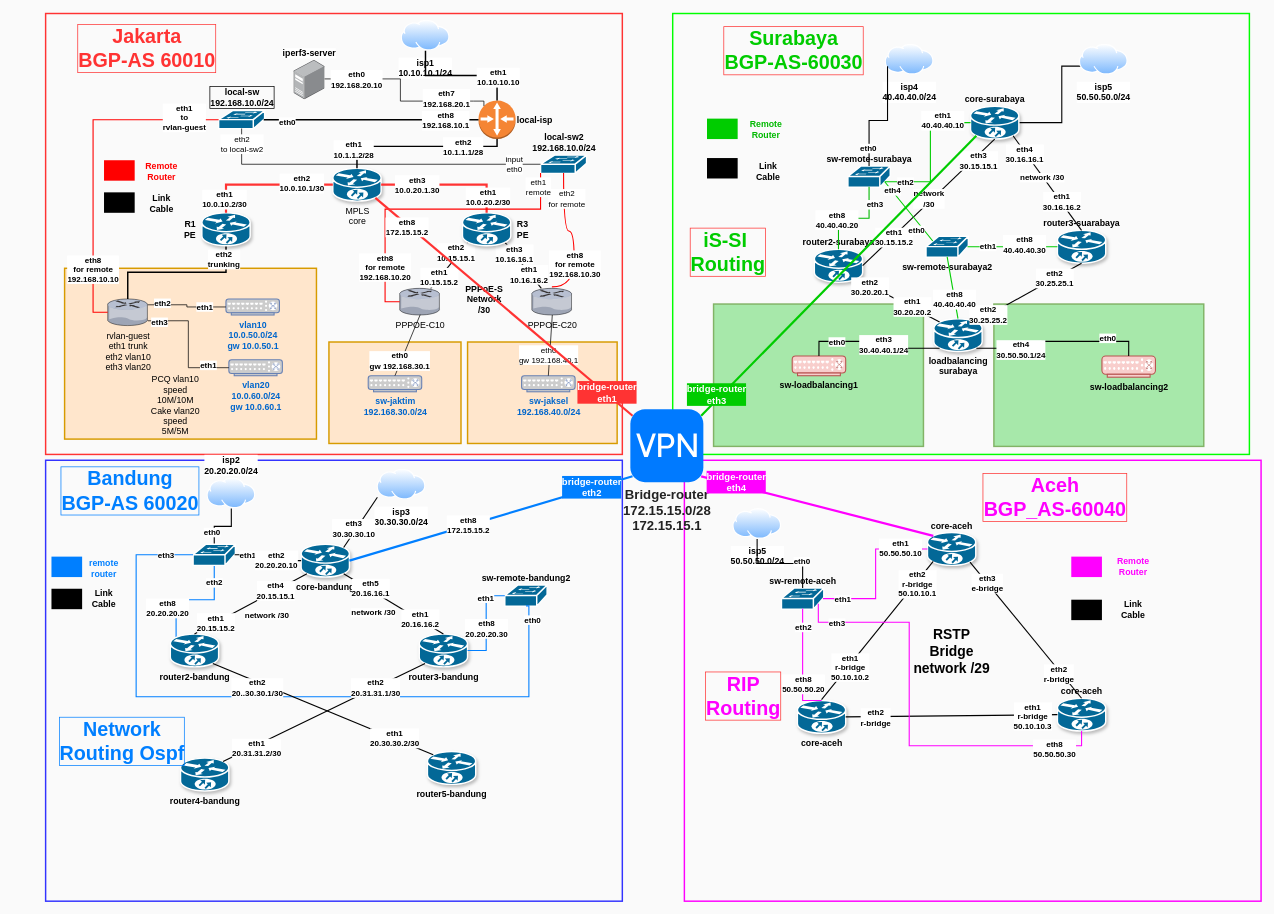
Above: drawio/save/network2.drawio in rudistira185/debianthinkpad (draw.io), before the change. Source tidied: cells renumbered, new cells numbered last; positions are measured from the earlier drawing's top-left corner, leaving out a move shared by most shapes. Both pictures are drawn from the tidied source at 73%, with x=0, y=0 at pixel (12, 13).
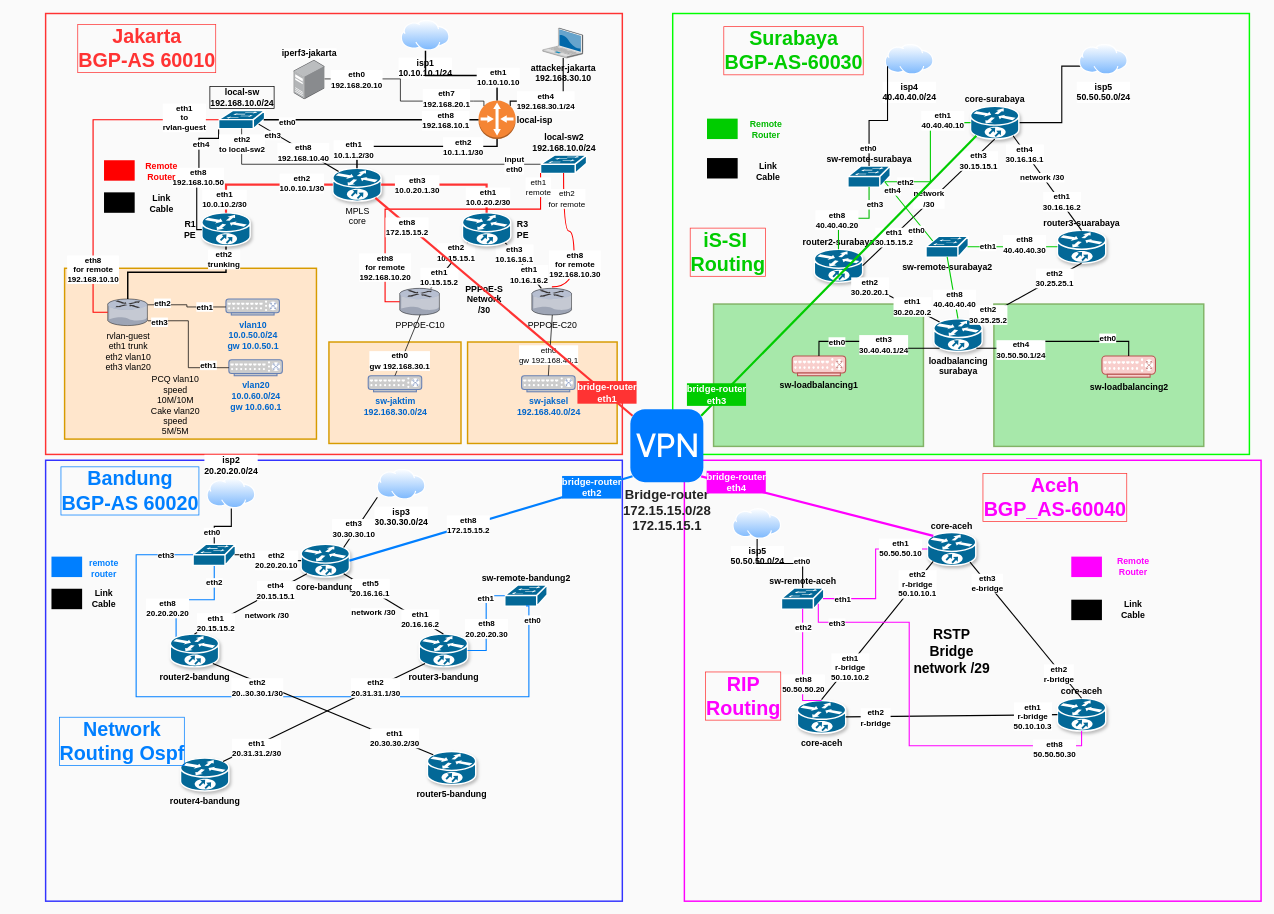
Above is the later version.

The change refers to these unchanged cells:
```xml
<mxCell id="5" value="MPLS&lt;br&gt;core" style="strokeColor=#ffffff;html=1;dashed=0;fillColor=#036897;strokeWidth=2;verticalLabelPosition=bottom;verticalAlign=top;align=center;outlineConnect=0;shape=mxgraph.cisco.routers.10700;shadow=1;" parent="1" vertex="1">
  <mxGeometry x="438.4" y="212" width="66.2" height="45" as="geometry" />
</mxCell>
<mxCell id="8" value="R1&lt;br&gt;PE" style="strokeColor=#ffffff;html=1;dashed=0;fillColor=#036897;strokeWidth=2;verticalLabelPosition=middle;verticalAlign=middle;align=right;outlineConnect=0;shape=mxgraph.cisco.routers.10700;shadow=1;labelPosition=left;spacing=9;fontStyle=1;" parent="1" vertex="1">
  <mxGeometry x="259" y="273" width="66.2" height="45" as="geometry" />
</mxCell>
<mxCell id="22" value="local-isp" style="outlineConnect=0;dashed=0;verticalLabelPosition=middle;verticalAlign=middle;align=left;html=1;shape=mxgraph.aws3.router;fillColor=#F58534;gradientColor=none;labelPosition=right;fontStyle=1;" parent="1" vertex="1">
  <mxGeometry x="638" y="119" width="50.8" height="53" as="geometry" />
</mxCell>
<mxCell id="25" style="edgeStyle=orthogonalEdgeStyle;rounded=0;jettySize=auto;html=1;exitX=0.5;exitY=1;exitDx=0;exitDy=0;exitPerimeter=0;entryX=0.5;entryY=0;entryDx=0;entryDy=0;entryPerimeter=0;endArrow=none;endFill=0;strokeWidth=2;" parent="1" edge="1" source="22" target="5">
  <mxGeometry relative="1" as="geometry">
    <Array as="points">
      <mxPoint x="663" y="182" />
      <mxPoint x="472" y="182" />
    </Array>
  </mxGeometry>
</mxCell>
<mxCell id="38" value="local-sw&lt;div&gt;192.168.10.0/24&lt;/div&gt;" style="strokeColor=#ffffff;html=1;dashed=0;fillColor=#036897;strokeWidth=2;verticalLabelPosition=top;verticalAlign=bottom;align=center;outlineConnect=0;shape=mxgraph.cisco.switches.workgroup_switch;labelPosition=center;labelBorderColor=default;fontStyle=1;" parent="1" vertex="1">
  <mxGeometry x="282" y="133" width="63" height="25" as="geometry" />
</mxCell>
<mxCell id="54" style="edgeStyle=orthogonalEdgeStyle;rounded=0;jettySize=auto;html=1;exitX=0.5;exitY=0.98;exitDx=0;exitDy=0;exitPerimeter=0;entryX=0;entryY=0.5;entryDx=0;entryDy=0;entryPerimeter=0;endArrow=none;endFill=0;" parent="1" edge="1" source="38" target="52">
  <mxGeometry relative="1" as="geometry" />
</mxCell>
```

What changed in the source:
```diff
@@
+    <mxCell id="222" style="edgeStyle=orthogonalEdgeStyle;rounded=0;jettySize=auto;html=1;exitX=0.855;exitY=0.145;exitDx=0;exitDy=0;exitPerimeter=0;strokeWidth=1.5;endArrow=none;endFill=0;" parent="1" edge="1" source="22" target="230">
+      <mxGeometry relative="1" as="geometry">
+        <Array as="points">
+          <mxPoint x="681" y="120" />
+          <mxPoint x="754" y="120" />
+        </Array>
+      </mxGeometry>
+    </mxCell>
+    <mxCell id="223" value="eth4&lt;div&gt;192.168.30.1/24&lt;/div&gt;" style="edgeLabel;html=1;align=center;verticalAlign=middle;fontStyle=1;" parent="222" vertex="1">
+      <mxGeometry x="-0.54" y="2" relative="1" as="geometry">
+        <mxPoint x="23" y="1" as="offset" />
+      </mxGeometry>
+    </mxCell>
@@
-    <mxCell id="26" value="eth1&lt;br&gt;10.1.1.2/28" style="edgeLabel;html=1;align=center;verticalAlign=middle;fontStyle=1;" parent="25" vertex="1">
+    <mxCell id="26" value="eth1&lt;br&gt;10.1.1.2/30" style="edgeLabel;html=1;align=center;verticalAlign=middle;fontStyle=1;" parent="25" vertex="1">
       <mxGeometry x="0.78" y="-5" relative="1" as="geometry" />
     </mxCell>
-    <mxCell id="27" value="eth2&lt;div&gt;10.1.1.1/28&lt;/div&gt;" style="edgeLabel;html=1;align=center;verticalAlign=middle;fontStyle=1;" parent="25" vertex="1">
+    <mxCell id="27" value="eth2&lt;div&gt;10.1.1.1/30&lt;/div&gt;" style="edgeLabel;html=1;align=center;verticalAlign=middle;fontStyle=1;" parent="25" vertex="1">
       <mxGeometry x="-0.51" relative="1" as="geometry" />
     </mxCell>
@@
+    <mxCell id="224" style="edgeStyle=orthogonalEdgeStyle;rounded=0;jettySize=auto;html=1;exitX=0;exitY=0.98;exitDx=0;exitDy=0;exitPerimeter=0;endArrow=none;endFill=0;strokeWidth=1.5;" parent="1" edge="1" source="38" target="8">
+      <mxGeometry relative="1" as="geometry">
+        <Array as="points">
+          <mxPoint x="282" y="171" />
+          <mxPoint x="255" y="171" />
+          <mxPoint x="255" y="216" />
+          <mxPoint x="252" y="216" />
+          <mxPoint x="252" y="296" />
+        </Array>
+      </mxGeometry>
+    </mxCell>
+    <mxCell id="225" value="eth4" style="edgeLabel;html=1;align=center;verticalAlign=middle;fontStyle=1;" parent="224" vertex="1">
+      <mxGeometry x="-0.45" y="2" relative="1" as="geometry">
+        <mxPoint y="1" as="offset" />
+      </mxGeometry>
+    </mxCell>
+    <mxCell id="226" value="eth8&lt;div&gt;192.168.10.50&lt;/div&gt;" style="edgeLabel;html=1;align=center;verticalAlign=middle;fontStyle=1;" parent="224" vertex="1">
+      <mxGeometry x="0.09" y="1" relative="1" as="geometry">
+        <mxPoint y="1" as="offset" />
+      </mxGeometry>
+    </mxCell>
@@
-    <mxCell id="45" value="iperf3-server" style="image;points=[];html=1;align=center;shadow=0;dashed=0;image=img/lib/allied_telesis/computer_and_terminals/Server_Desktop.svg;labelPosition=center;verticalLabelPosition=top;verticalAlign=bottom;fontStyle=1;" parent="1" vertex="1">
+    <mxCell id="45" value="iperf3-jakarta" style="image;points=[];html=1;align=center;shadow=0;dashed=0;image=img/lib/allied_telesis/computer_and_terminals/Server_Desktop.svg;labelPosition=center;verticalLabelPosition=top;verticalAlign=bottom;fontStyle=1;" parent="1" vertex="1">
       <mxGeometry x="385" y="64" width="42.6" height="54" as="geometry" />
     </mxCell>
@@
-    <mxCell id="55" value="eth2&lt;div&gt;to local-sw2&lt;/div&gt;" style="edgeLabel;html=1;align=center;verticalAlign=middle;" parent="54" vertex="1">
+    <mxCell id="55" value="eth2&lt;div&gt;to local-sw2&lt;/div&gt;" style="edgeLabel;html=1;align=center;verticalAlign=middle;fontStyle=1;" parent="54" vertex="1">
       <mxGeometry x="-0.91" relative="1" as="geometry" />
     </mxCell>
-    <mxCell id="56" value="input&lt;div&gt;eth0&lt;/div&gt;" style="edgeLabel;html=1;align=center;verticalAlign=middle;" parent="54" vertex="1">
+    <mxCell id="56" value="input&lt;div&gt;eth0&lt;/div&gt;" style="edgeLabel;html=1;align=center;verticalAlign=middle;fontStyle=1;" parent="54" vertex="1">
       <mxGeometry x="0.84" y="1" relative="1" as="geometry">
         <mxPoint y="1" as="offset" />
       </mxGeometry>
     </mxCell>
@@
+    <mxCell id="227" style="rounded=0;jettySize=auto;html=1;exitX=0.87;exitY=0.74;exitDx=0;exitDy=0;exitPerimeter=0;entryX=0.12;entryY=0.1;entryDx=0;entryDy=0;entryPerimeter=0;strokeWidth=1.5;endArrow=none;endFill=0;" parent="1" edge="1" source="38" target="5">
+      <mxGeometry relative="1" as="geometry" />
+    </mxCell>
+    <mxCell id="228" value="eth3" style="edgeLabel;html=1;align=center;verticalAlign=middle;fontStyle=1;" parent="227" vertex="1">
+      <mxGeometry x="-0.62" y="-3" relative="1" as="geometry" />
+    </mxCell>
+    <mxCell id="229" value="eth8&lt;div&gt;192.168.10.40&lt;/div&gt;" style="edgeLabel;html=1;align=center;verticalAlign=middle;fontStyle=1;" parent="227" vertex="1">
+      <mxGeometry x="0.5" y="5" relative="1" as="geometry">
+        <mxPoint x="-24" y="-6" as="offset" />
+      </mxGeometry>
+    </mxCell>
+    <mxCell id="230" value="attacker-jakarta&lt;div&gt;192.168.30.10&lt;/div&gt;" style="verticalLabelPosition=bottom;sketch=0;html=1;verticalAlign=top;strokeColor=none;align=center;outlineConnect=0;shape=mxgraph.citrix.laptop_2;fontStyle=1;" parent="1" vertex="1">
+      <mxGeometry x="726" y="20" width="55" height="41" as="geometry" />
+    </mxCell>
```
